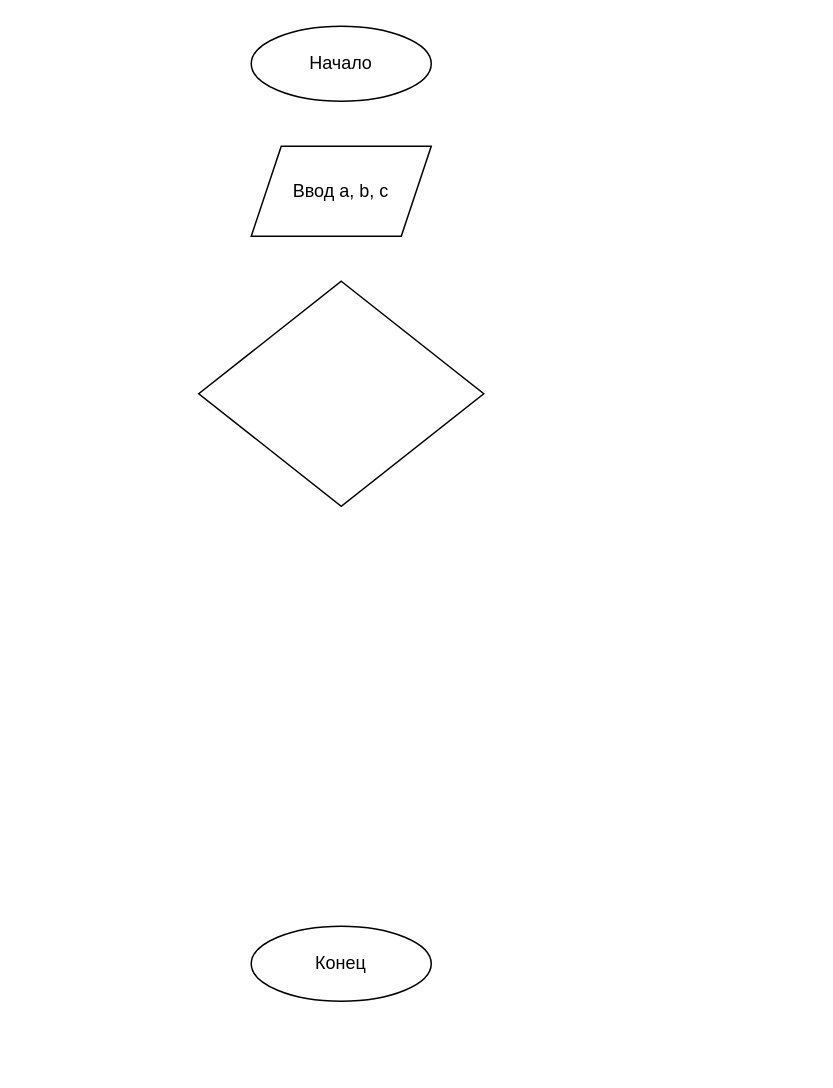
vedmara/ALgorithms_python_lessons_1-8 keeps this draw.io diagram as Untitled Diagram.drawio. Above is the earlier version. Source tidied: cells renumbered, new cells numbered last; positions are measured from the earlier drawing's top-left corner, leaving out a move shared by most shapes. Both pictures are drawn from the tidied source at 150%, with x=0, y=0 at pixel (198, 26).
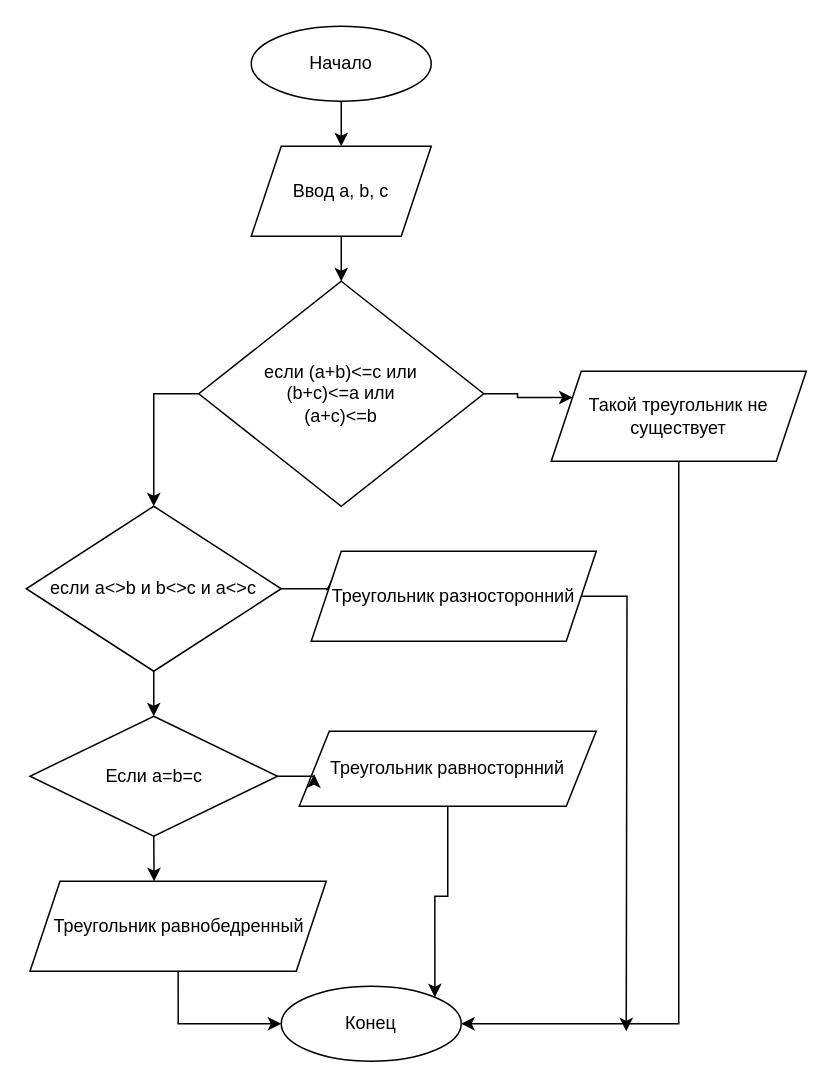
Above is the later version.

Unchanged cells that the change refers to:
```xml
<mxCell id="2" value="Начало" style="ellipse;whiteSpace=wrap;html=1;" parent="1" vertex="1">
  <mxGeometry x="35" width="120" height="50" as="geometry" />
</mxCell>
<mxCell id="4" value="Ввод a, b, c" style="shape=parallelogram;perimeter=parallelogramPerimeter;whiteSpace=wrap;html=1;fixedSize=1;" parent="1" vertex="1">
  <mxGeometry x="35" y="80" width="120" height="60" as="geometry" />
</mxCell>
```

What changed in the source:
```diff
@@
+    <mxCell id="6" style="edgeStyle=orthogonalEdgeStyle;rounded=0;jettySize=auto;html=1;exitX=0.5;exitY=1;exitDx=0;exitDy=0;entryX=0.5;entryY=0;entryDx=0;entryDy=0;" parent="1" edge="1" source="2" target="4">
+      <mxGeometry relative="1" as="geometry" />
+    </mxCell>
@@
     <mxCell id="3" value="Конец" style="ellipse;whiteSpace=wrap;html=1;" parent="1" vertex="1">
-      <mxGeometry x="35" y="600" width="120" height="50" as="geometry" />
+      <mxGeometry x="55" y="640" width="120" height="50" as="geometry" />
     </mxCell>
+    <mxCell id="7" style="edgeStyle=orthogonalEdgeStyle;rounded=0;jettySize=auto;html=1;exitX=0.5;exitY=1;exitDx=0;exitDy=0;entryX=0.5;entryY=0;entryDx=0;entryDy=0;" parent="1" edge="1" source="4" target="5">
+      <mxGeometry relative="1" as="geometry" />
+    </mxCell>
@@
+    <mxCell id="8" style="edgeStyle=orthogonalEdgeStyle;rounded=0;jettySize=auto;html=1;exitX=1;exitY=0.5;exitDx=0;exitDy=0;entryX=0;entryY=0.25;entryDx=0;entryDy=0;" parent="1" edge="1" source="5" target="11">
+      <mxGeometry relative="1" as="geometry" />
+    </mxCell>
+    <mxCell id="9" style="edgeStyle=orthogonalEdgeStyle;rounded=0;jettySize=auto;html=1;exitX=0;exitY=0.5;exitDx=0;exitDy=0;entryX=0.5;entryY=0;entryDx=0;entryDy=0;" parent="1" edge="1" source="5" target="14">
+      <mxGeometry relative="1" as="geometry" />
+    </mxCell>
-    <mxCell id="5" style="rhombus;whiteSpace=wrap;html=1;" parent="1" vertex="1">
+    <mxCell id="5" value="&lt;div&gt;если (a+b)&amp;lt;=c или&lt;/div&gt;&lt;div&gt;(b+c)&amp;lt;=a или&lt;/div&gt;&lt;div&gt;(a+c)&amp;lt;=b&lt;br&gt;&lt;/div&gt;" style="rhombus;whiteSpace=wrap;html=1;" parent="1" vertex="1">
       <mxGeometry y="170" width="190" height="150" as="geometry" />
     </mxCell>
+    <mxCell id="10" style="edgeStyle=orthogonalEdgeStyle;rounded=0;jettySize=auto;html=1;exitX=0.5;exitY=1;exitDx=0;exitDy=0;entryX=1;entryY=0.5;entryDx=0;entryDy=0;" parent="1" edge="1" source="11" target="3">
+      <mxGeometry relative="1" as="geometry" />
+    </mxCell>
+    <mxCell id="11" value="Такой треугольник не существует" style="shape=parallelogram;perimeter=parallelogramPerimeter;whiteSpace=wrap;html=1;fixedSize=1;" parent="1" vertex="1">
+      <mxGeometry x="235" y="230" width="170" height="60" as="geometry" />
+    </mxCell>
+    <mxCell id="12" style="edgeStyle=orthogonalEdgeStyle;rounded=0;jettySize=auto;html=1;exitX=1;exitY=0.5;exitDx=0;exitDy=0;entryX=0;entryY=0.25;entryDx=0;entryDy=0;" parent="1" edge="1" source="14" target="16">
+      <mxGeometry relative="1" as="geometry" />
+    </mxCell>
+    <mxCell id="13" style="edgeStyle=orthogonalEdgeStyle;rounded=0;jettySize=auto;html=1;exitX=0.5;exitY=1;exitDx=0;exitDy=0;entryX=0.5;entryY=0;entryDx=0;entryDy=0;" parent="1" edge="1" source="14" target="18">
+      <mxGeometry relative="1" as="geometry" />
+    </mxCell>
+    <mxCell id="14" value="если a&amp;lt;&amp;gt;b и b&amp;lt;&amp;gt;c и a&amp;lt;&amp;gt;c" style="rhombus;whiteSpace=wrap;html=1;" parent="1" vertex="1">
+      <mxGeometry x="-115" y="320" width="170" height="110" as="geometry" />
+    </mxCell>
+    <mxCell id="15" style="edgeStyle=orthogonalEdgeStyle;rounded=0;jettySize=auto;html=1;exitX=1;exitY=0.5;exitDx=0;exitDy=0;" parent="1" edge="1" source="16">
+      <mxGeometry relative="1" as="geometry">
+        <mxPoint x="285" y="670" as="targetPoint" />
+      </mxGeometry>
+    </mxCell>
+    <mxCell id="16" value="Треугольник разносторонний" style="shape=parallelogram;perimeter=parallelogramPerimeter;whiteSpace=wrap;html=1;fixedSize=1;" parent="1" vertex="1">
+      <mxGeometry x="75" y="350" width="190" height="60" as="geometry" />
+    </mxCell>
+    <mxCell id="17" style="edgeStyle=orthogonalEdgeStyle;rounded=0;jettySize=auto;html=1;exitX=0.5;exitY=1;exitDx=0;exitDy=0;entryX=0.419;entryY=0;entryDx=0;entryDy=0;entryPerimeter=0;" parent="1" edge="1" source="18" target="22">
+      <mxGeometry relative="1" as="geometry" />
+    </mxCell>
+    <mxCell id="18" value="Если a=b=c" style="rhombus;whiteSpace=wrap;html=1;" parent="1" vertex="1">
+      <mxGeometry x="-112.5" y="460" width="165" height="80" as="geometry" />
+    </mxCell>
+    <mxCell id="19" style="edgeStyle=orthogonalEdgeStyle;rounded=0;jettySize=auto;html=1;exitX=0.5;exitY=1;exitDx=0;exitDy=0;entryX=1;entryY=0;entryDx=0;entryDy=0;" parent="1" edge="1" source="20" target="3">
+      <mxGeometry relative="1" as="geometry" />
+    </mxCell>
+    <mxCell id="20" value="Треугольник равносторнний" style="shape=parallelogram;perimeter=parallelogramPerimeter;whiteSpace=wrap;html=1;fixedSize=1;" parent="1" vertex="1">
+      <mxGeometry x="67" y="470" width="198" height="50" as="geometry" />
+    </mxCell>
+    <mxCell id="21" style="edgeStyle=orthogonalEdgeStyle;rounded=0;jettySize=auto;html=1;exitX=0.5;exitY=1;exitDx=0;exitDy=0;entryX=0;entryY=0.5;entryDx=0;entryDy=0;" parent="1" edge="1" source="22" target="3">
+      <mxGeometry relative="1" as="geometry" />
+    </mxCell>
+    <mxCell id="22" value="Треугольник равнобедренный" style="shape=parallelogram;perimeter=parallelogramPerimeter;whiteSpace=wrap;html=1;fixedSize=1;" parent="1" vertex="1">
+      <mxGeometry x="-112.5" y="570" width="197.5" height="60" as="geometry" />
+    </mxCell>
+    <mxCell id="23" style="edgeStyle=orthogonalEdgeStyle;rounded=0;orthogonalLoop=1;jettySize=auto;html=1;exitX=1;exitY=0.5;exitDx=0;exitDy=0;entryX=1.148;entryY=0.483;entryDx=0;entryDy=0;entryPerimeter=0;" parent="1" edge="1" source="18" target="18">
+      <mxGeometry relative="1" as="geometry" />
+    </mxCell>
```
